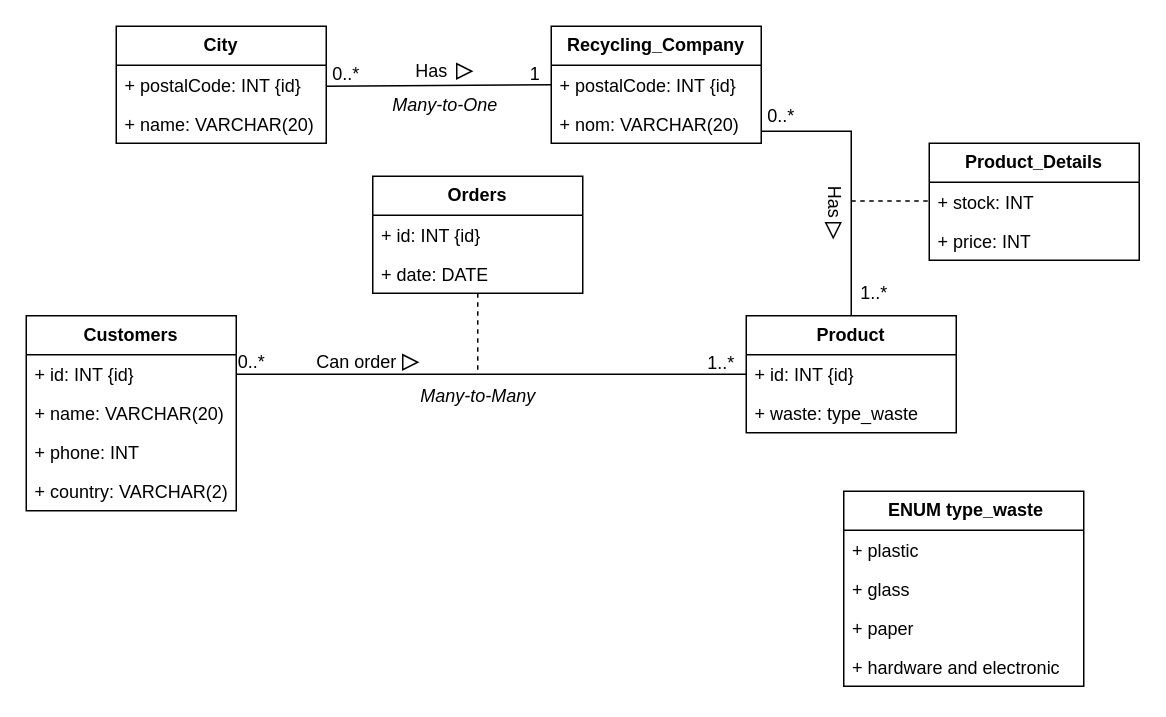
Earlier version of the draw.io diagram Diagram.drawio (0xtiho/ProjetBDL2). Source tidied: cells renumbered, new cells numbered last; positions are measured from the earlier drawing's top-left corner, leaving out a move shared by most shapes. Both pictures are drawn from the tidied source at 150%, with x=0, y=0 at pixel (26, 26).
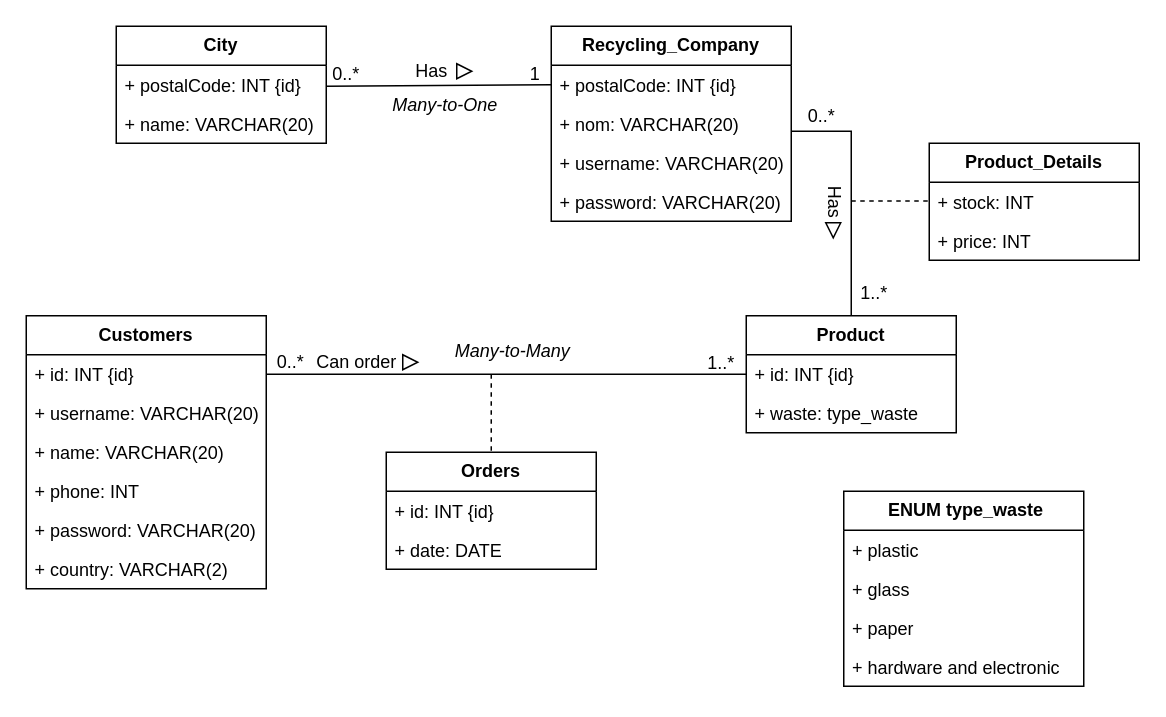
Above is the later version.

The change refers to these unchanged cells:
```xml
<mxCell id="21" value="Product" style="swimlane;fontStyle=1;horizontal=1;startSize=26;fillColor=none;whiteSpace=wrap;html=1;" parent="1" vertex="1">
  <mxGeometry x="480" y="193" width="140" height="78" as="geometry" />
</mxCell>
```

Diff of the diagram source:
```diff
@@
     <mxCell id="5" value="&lt;div&gt;Customers&lt;/div&gt;" style="swimlane;fontStyle=1;horizontal=1;startSize=26;fillColor=none;whiteSpace=wrap;html=1;" parent="1" vertex="1">
-      <mxGeometry y="193" width="140" height="130" as="geometry" />
+      <mxGeometry y="193" width="160" height="182" as="geometry" />
     </mxCell>
     <mxCell id="6" value="+ id: INT {id} " style="text;strokeColor=none;fillColor=none;align=left;verticalAlign=top;spacingLeft=4;spacingRight=4;overflow=hidden;points=[[0,0.5],[1,0.5]];portConstraint=eastwest;whiteSpace=wrap;html=1;" parent="5" vertex="1">
-      <mxGeometry y="26" width="140" height="26" as="geometry" />
+      <mxGeometry y="26" width="160" height="26" as="geometry" />
     </mxCell>
+    <mxCell id="46" value="+ username: VARCHAR(20)" style="text;strokeColor=none;fillColor=none;align=left;verticalAlign=top;spacingLeft=4;spacingRight=4;overflow=hidden;whiteSpace=wrap;html=1;" parent="5" vertex="1">
+      <mxGeometry y="52" width="160" height="26" as="geometry" />
+    </mxCell>
     <mxCell id="7" value="+ name: VARCHAR(20)" style="text;strokeColor=none;fillColor=none;align=left;verticalAlign=top;spacingLeft=4;spacingRight=4;overflow=hidden;whiteSpace=wrap;html=1;" parent="5" vertex="1">
-      <mxGeometry y="52" width="140" height="26" as="geometry" />
+      <mxGeometry y="78" width="160" height="26" as="geometry" />
     </mxCell>
     <mxCell id="8" value="+ phone: INT" style="text;strokeColor=none;fillColor=none;align=left;verticalAlign=top;spacingLeft=4;spacingRight=4;overflow=hidden;whiteSpace=wrap;html=1;" parent="5" vertex="1">
-      <mxGeometry y="78" width="140" height="26" as="geometry" />
+      <mxGeometry y="104" width="160" height="26" as="geometry" />
     </mxCell>
+    <mxCell id="47" value="+ password: VARCHAR(20)" style="text;strokeColor=none;fillColor=none;align=left;verticalAlign=top;spacingLeft=4;spacingRight=4;overflow=hidden;whiteSpace=wrap;html=1;" parent="5" vertex="1">
+      <mxGeometry y="130" width="160" height="26" as="geometry" />
+    </mxCell>
     <mxCell id="9" value="+ country: VARCHAR(2)" style="text;strokeColor=none;fillColor=none;align=left;verticalAlign=top;spacingLeft=4;spacingRight=4;overflow=hidden;whiteSpace=wrap;html=1;" parent="5" vertex="1">
-      <mxGeometry y="104" width="140" height="26" as="geometry" />
+      <mxGeometry y="156" width="160" height="26" as="geometry" />
     </mxCell>
     <mxCell id="10" value="Orders" style="swimlane;fontStyle=1;horizontal=1;startSize=26;fillColor=none;whiteSpace=wrap;html=1;" parent="1" vertex="1">
-      <mxGeometry x="231" y="100" width="140" height="78" as="geometry" />
+      <mxGeometry x="240" y="284" width="140" height="78" as="geometry" />
     </mxCell>
@@
     <mxCell id="13" value="&lt;b&gt;Recycling_Company&lt;/b&gt;" style="swimlane;fontStyle=0;horizontal=1;startSize=26;fillColor=none;whiteSpace=wrap;html=1;" parent="1" vertex="1">
-      <mxGeometry x="350" width="140" height="78" as="geometry" />
+      <mxGeometry x="350" width="160" height="130" as="geometry" />
     </mxCell>
     <mxCell id="14" value="&lt;div&gt;+ postalCode: INT {id} &lt;/div&gt;" style="text;strokeColor=none;fillColor=none;align=left;verticalAlign=top;spacingLeft=4;spacingRight=4;overflow=hidden;points=[[0,0.5],[1,0.5]];portConstraint=eastwest;whiteSpace=wrap;html=1;" parent="13" vertex="1">
-      <mxGeometry y="26" width="140" height="26" as="geometry" />
+      <mxGeometry y="26" width="160" height="26" as="geometry" />
     </mxCell>
     <mxCell id="15" value="+ nom: VARCHAR(20)" style="text;strokeColor=none;fillColor=none;align=left;verticalAlign=top;spacingLeft=4;spacingRight=4;overflow=hidden;points=[[0,0.5],[1,0.5]];portConstraint=eastwest;whiteSpace=wrap;html=1;" parent="13" vertex="1">
-      <mxGeometry y="52" width="140" height="26" as="geometry" />
+      <mxGeometry y="52" width="160" height="26" as="geometry" />
     </mxCell>
+    <mxCell id="48" value="+ username: VARCHAR(20)" style="text;strokeColor=none;fillColor=none;align=left;verticalAlign=top;spacingLeft=4;spacingRight=4;overflow=hidden;whiteSpace=wrap;html=1;" parent="13" vertex="1">
+      <mxGeometry y="78" width="160" height="26" as="geometry" />
+    </mxCell>
+    <mxCell id="49" value="+ password: VARCHAR(20)" style="text;strokeColor=none;fillColor=none;align=left;verticalAlign=top;spacingLeft=4;spacingRight=4;overflow=hidden;whiteSpace=wrap;html=1;" parent="13" vertex="1">
+      <mxGeometry y="104" width="160" height="26" as="geometry" />
+    </mxCell>
@@
     <mxCell id="24" value="0..*" style="text;html=1;align=center;verticalAlign=middle;strokeColor=none;fillColor=none;" parent="1" vertex="1">
-      <mxGeometry x="130" y="209" width="40" height="30" as="geometry" />
+      <mxGeometry x="156" y="209" width="40" height="30" as="geometry" />
     </mxCell>
@@
     <mxCell id="26" style="line;strokeWidth=1;fillColor=none;align=right;verticalAlign=bottom;spacingTop=-1;spacingLeft=3;spacingRight=3;labelPosition=left;strokeColor=inherit;verticalLabelPosition=top;direction=south;dashed=1;" parent="1" vertex="1">
-      <mxGeometry x="297" y="178" width="8" height="52" as="geometry" />
+      <mxGeometry x="306" y="232" width="8" height="52" as="geometry" />
     </mxCell>
     <mxCell id="27" value="Many-to-Many" style="text;html=1;align=center;verticalAlign=middle;strokeColor=none;fillColor=none;fontStyle=2;fontFamily=Helvetica;" parent="1" vertex="1">
-      <mxGeometry x="251" y="232" width="100" height="30" as="geometry" />
+      <mxGeometry x="274" y="202" width="100" height="30" as="geometry" />
     </mxCell>
@@
-    <mxCell id="34" style="endArrow=none;html=1;rounded=0;entryX=0.5;entryY=0;entryDx=0;entryDy=0;" parent="1" edge="1" target="21">
+    <mxCell id="34" style="endArrow=none;html=1;rounded=0;entryX=0.5;entryY=0;entryDx=0;entryDy=0;exitX=0.999;exitY=0.692;exitDx=0;exitDy=0;exitPerimeter=0;" parent="1" edge="1" source="15">
       <mxGeometry relative="1" as="geometry">
-        <mxPoint x="490" y="70" as="sourcePoint" />
+        <mxPoint x="550" y="193" as="targetPoint" />
         <Array as="points">
           <mxPoint x="550" y="70" />
         </Array>
       </mxGeometry>
     </mxCell>
@@
     <mxCell id="36" value="0..*" style="text;html=1;align=center;verticalAlign=middle;strokeColor=none;fillColor=none;" parent="1" vertex="1">
-      <mxGeometry x="483" y="45" width="40" height="30" as="geometry" />
+      <mxGeometry x="510" y="45" width="40" height="30" as="geometry" />
     </mxCell>
```
